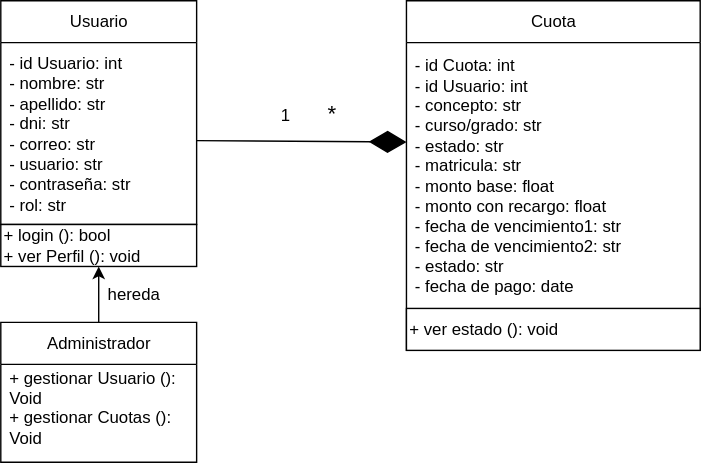
Above: Diagrama-de-Clases.svg in CreatiEdu/PaginaEducativa (draw.io), before the change. Source tidied: cells renumbered, new cells last; positions are measured from the earlier drawing's top-left corner, leaving out a move shared by most shapes.
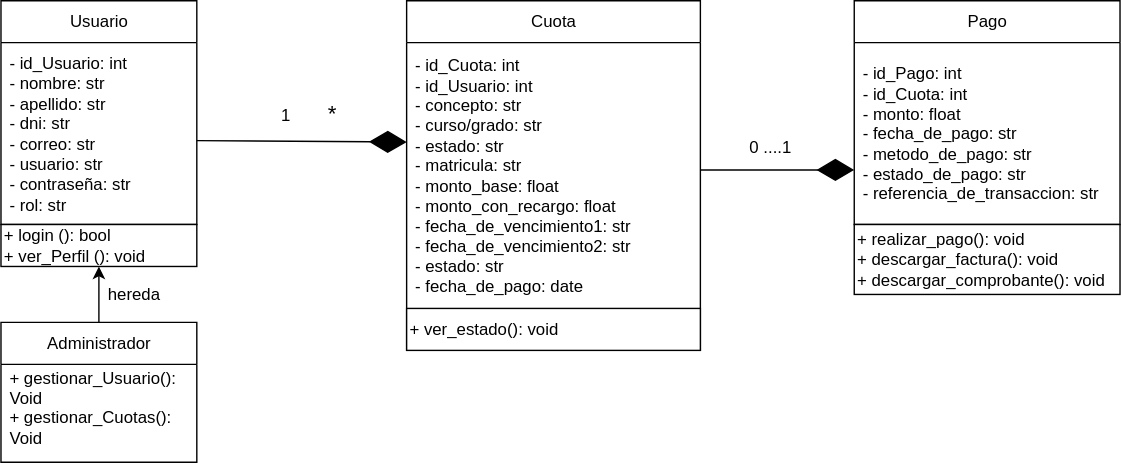
After the change.

Commit message:
Actualizacion diagrama de clases y EntidadRelacion

The edit, as a diff of the source:
```diff
@@ -5,16 +5,16 @@
     <mxCell id="2" value="Usuario" style="swimlane;fontStyle=0;horizontal=1;startSize=30;whiteSpace=wrap;html=1;" parent="1" vertex="1">
       <mxGeometry width="140" height="160" as="geometry" />
     </mxCell>
-    <mxCell id="3" value="- id Usuario: int&lt;div&gt;- nombre: str&lt;/div&gt;&lt;div&gt;- apellido: str&lt;/div&gt;&lt;div&gt;- dni: str&lt;/div&gt;&lt;div&gt;- correo: str&lt;/div&gt;&lt;div&gt;- usuario: str&lt;/div&gt;&lt;div&gt;- contraseña: str&lt;/div&gt;&lt;div&gt;- rol: str&amp;nbsp;&lt;/div&gt;" style="text;strokeColor=none;fillColor=none;align=left;verticalAlign=middle;spacingLeft=4;spacingRight=4;overflow=hidden;whiteSpace=wrap;html=1;" parent="2" vertex="1">
+    <mxCell id="3" value="- id_Usuario: int&lt;div&gt;- nombre: str&lt;/div&gt;&lt;div&gt;- apellido: str&lt;/div&gt;&lt;div&gt;- dni: str&lt;/div&gt;&lt;div&gt;- correo: str&lt;/div&gt;&lt;div&gt;- usuario: str&lt;/div&gt;&lt;div&gt;- contraseña: str&lt;/div&gt;&lt;div&gt;- rol: str&amp;nbsp;&lt;/div&gt;" style="text;strokeColor=none;fillColor=none;align=left;verticalAlign=middle;spacingLeft=4;spacingRight=4;overflow=hidden;whiteSpace=wrap;html=1;" parent="2" vertex="1">
       <mxGeometry y="30" width="140" height="130" as="geometry" />
     </mxCell>
-    <mxCell id="4" value="+ login (): bool&lt;div&gt;+ ver Perfil (): void&lt;/div&gt;" style="rounded=0;whiteSpace=wrap;html=1;align=left;" parent="1" vertex="1">
+    <mxCell id="4" value="+ login (): bool&lt;div&gt;+ ver_Perfil (): void&lt;/div&gt;" style="rounded=0;whiteSpace=wrap;html=1;align=left;" parent="1" vertex="1">
       <mxGeometry y="160" width="140" height="30" as="geometry" />
     </mxCell>
     <mxCell id="5" value="Administrador" style="swimlane;fontStyle=0;horizontal=1;startSize=30;whiteSpace=wrap;html=1;" parent="1" vertex="1">
       <mxGeometry y="230" width="140" height="100" as="geometry" />
     </mxCell>
-    <mxCell id="6" value="+ gestionar Usuario (): Void&lt;div&gt;+ gestionar Cuotas (): Void&lt;br&gt;&lt;div&gt;&lt;br&gt;&lt;/div&gt;&lt;/div&gt;" style="text;strokeColor=none;fillColor=none;align=left;verticalAlign=middle;spacingLeft=4;spacingRight=4;overflow=hidden;whiteSpace=wrap;html=1;" parent="5" vertex="1">
+    <mxCell id="6" value="+ gestionar_Usuario(): Void&lt;div&gt;+ gestionar_Cuotas(): Void&lt;br&gt;&lt;div&gt;&lt;br&gt;&lt;/div&gt;&lt;/div&gt;" style="text;strokeColor=none;fillColor=none;align=left;verticalAlign=middle;spacingLeft=4;spacingRight=4;overflow=hidden;whiteSpace=wrap;html=1;" parent="5" vertex="1">
       <mxGeometry y="30" width="140" height="70" as="geometry" />
     </mxCell>
     <mxCell id="7" style="endArrow=classic;html=1;rounded=0;exitX=0.5;exitY=0;exitDx=0;exitDy=0;entryX=0.5;entryY=1;entryDx=0;entryDy=0;" parent="1" edge="1" source="5" target="4">
@@ -23,10 +23,10 @@
     <mxCell id="8" value="Cuota" style="swimlane;fontStyle=0;horizontal=1;startSize=30;whiteSpace=wrap;html=1;" parent="1" vertex="1">
       <mxGeometry x="290" width="210" height="250" as="geometry" />
     </mxCell>
-    <mxCell id="9" value="- id Cuota: int&lt;div&gt;- id Usuario: int&lt;div&gt;- concepto: str&lt;/div&gt;&lt;div&gt;- curso/grado: str&lt;/div&gt;&lt;div&gt;- estado: str&lt;/div&gt;&lt;div&gt;- matricula: str&lt;/div&gt;&lt;div&gt;- monto base: float&lt;/div&gt;&lt;div&gt;- monto con recargo: float&lt;/div&gt;&lt;div&gt;- fecha de vencimiento1: str&amp;nbsp;&lt;/div&gt;&lt;/div&gt;&lt;div&gt;- fecha de vencimiento2: str&lt;/div&gt;&lt;div&gt;- estado: str&lt;/div&gt;&lt;div&gt;- fecha de pago: date&lt;/div&gt;" style="text;strokeColor=none;fillColor=none;align=left;verticalAlign=middle;spacingLeft=4;spacingRight=4;overflow=hidden;points=[[0,0.5],[1,0.5]];portConstraint=eastwest;whiteSpace=wrap;html=1;" parent="8" vertex="1">
+    <mxCell id="9" value="- id_Cuota: int&lt;div&gt;- id_Usuario: int&lt;div&gt;- concepto: str&lt;/div&gt;&lt;div&gt;- curso/grado: str&lt;/div&gt;&lt;div&gt;- estado: str&lt;/div&gt;&lt;div&gt;- matricula: str&lt;/div&gt;&lt;div&gt;- monto_&lt;span style=&quot;background-color: transparent; color: light-dark(rgb(0, 0, 0), rgb(255, 255, 255));&quot;&gt;base: float&lt;/span&gt;&lt;/div&gt;&lt;div&gt;- monto_con_recargo: float&lt;/div&gt;&lt;div&gt;- fecha_de_vencimiento1: str&amp;nbsp;&lt;/div&gt;&lt;/div&gt;&lt;div&gt;- fecha_de_vencimiento2: str&lt;/div&gt;&lt;div&gt;- estado: str&lt;/div&gt;&lt;div&gt;- fecha_de_pago: date&lt;/div&gt;" style="text;strokeColor=none;fillColor=none;align=left;verticalAlign=middle;spacingLeft=4;spacingRight=4;overflow=hidden;points=[[0,0.5],[1,0.5]];portConstraint=eastwest;whiteSpace=wrap;html=1;" parent="8" vertex="1">
       <mxGeometry y="30" width="210" height="190" as="geometry" />
     </mxCell>
-    <mxCell id="10" value="+ ver estado (): void" style="rounded=0;whiteSpace=wrap;html=1;align=left;" parent="8" vertex="1">
+    <mxCell id="10" value="+ ver_estado(): void" style="rounded=0;whiteSpace=wrap;html=1;align=left;" parent="8" vertex="1">
       <mxGeometry y="220" width="210" height="30" as="geometry" />
     </mxCell>
     <mxCell id="11" value="hereda" style="text;html=1;align=center;verticalAlign=middle;whiteSpace=wrap;rounded=0;" parent="1" vertex="1">
@@ -40,5 +40,23 @@
     <mxCell id="13" value="1&amp;nbsp; &amp;nbsp; &amp;nbsp; &amp;nbsp; &lt;font size=&quot;3&quot;&gt;*&lt;/font&gt;" style="text;html=1;align=center;verticalAlign=middle;whiteSpace=wrap;rounded=0;" parent="1" vertex="1">
       <mxGeometry x="190" y="65" width="60" height="30" as="geometry" />
     </mxCell>
+    <mxCell id="14" value="Pago" style="swimlane;fontStyle=0;horizontal=1;startSize=30;whiteSpace=wrap;html=1;" parent="1" vertex="1">
+      <mxGeometry x="610" width="190" height="160" as="geometry" />
+    </mxCell>
+    <mxCell id="15" value="- id_Pago: int&lt;div&gt;- id_Cuota: int&lt;/div&gt;&lt;div&gt;- monto: float&lt;/div&gt;&lt;div&gt;- fecha_de_pago: str&lt;/div&gt;&lt;div&gt;- metodo_de_pago: str&lt;/div&gt;&lt;div&gt;- estado_de_pago: str&lt;/div&gt;&lt;div&gt;- referencia_de_transaccion: str&lt;/div&gt;" style="text;strokeColor=none;fillColor=none;align=left;verticalAlign=middle;spacingLeft=4;spacingRight=4;overflow=hidden;whiteSpace=wrap;html=1;" parent="14" vertex="1">
+      <mxGeometry y="30" width="190" height="130" as="geometry" />
+    </mxCell>
+    <mxCell id="16" value="+ realizar_pago(): void&lt;div&gt;+ descargar_factura(): void&lt;/div&gt;&lt;div&gt;+ descargar_comprobante(): void&lt;/div&gt;" style="rounded=0;whiteSpace=wrap;html=1;align=left;" parent="1" vertex="1">
+      <mxGeometry x="610" y="160" width="190" height="50" as="geometry" />
+    </mxCell>
+    <mxCell id="17" style="endArrow=diamondThin;endFill=1;endSize=24;html=1;rounded=0;entryX=0;entryY=0.374;entryDx=0;entryDy=0;entryPerimeter=0;" parent="1" edge="1">
+      <mxGeometry relative="1" as="geometry">
+        <mxPoint x="500" y="121" as="sourcePoint" />
+        <mxPoint x="610" y="121" as="targetPoint" />
+      </mxGeometry>
+    </mxCell>
+    <mxCell id="18" value="0 ....1" style="text;html=1;align=center;verticalAlign=middle;whiteSpace=wrap;rounded=0;" parent="1" vertex="1">
+      <mxGeometry x="520" y="90" width="60" height="30" as="geometry" />
+    </mxCell>
   </root>
 </mxGraphModel>
```
